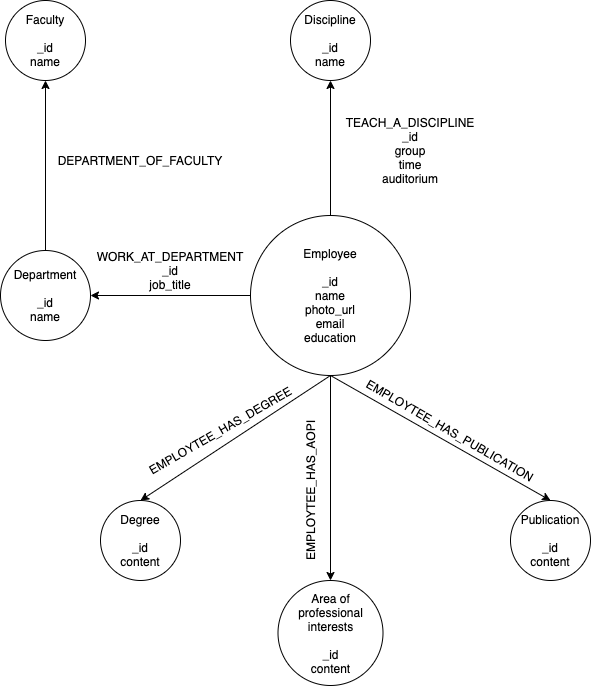
Before: doc/img/NoSQL.png, a diagram exported from draw.io (godor1333/nosql2h20-etu-neo4j). Source tidied: cells renumbered, new cells last; positions are measured from the earlier drawing's top-left corner, leaving out a move shared by most shapes.
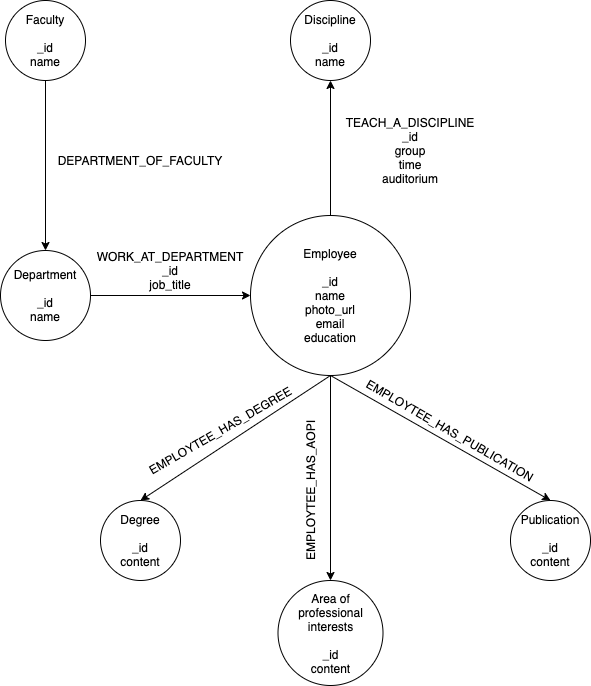
Later version of the same file.

Commit message:
Update NoSQL diagram

The edit, as a diff of the source:
```diff
@@ -2,12 +2,15 @@
   <root>
     <mxCell id="0" />
     <mxCell id="1" parent="0" />
-    <mxCell id="2" style="edgeStyle=orthogonalEdgeStyle;rounded=0;jettySize=auto;html=1;entryX=0.5;entryY=1;entryDx=0;entryDy=0;" parent="1" edge="1" source="3" target="4">
-      <mxGeometry relative="1" as="geometry" />
-    </mxCell>
+    <mxCell id="21" style="edgeStyle=orthogonalEdgeStyle;rounded=0;jettySize=auto;html=1;exitX=1;exitY=0.5;exitDx=0;exitDy=0;entryX=0;entryY=0.5;entryDx=0;entryDy=0;" parent="1" edge="1" source="3" target="11">
+      <mxGeometry relative="1" as="geometry" />
+    </mxCell>
     <mxCell id="3" value="Department&lt;br&gt;&lt;br&gt;_id&lt;br&gt;name" style="ellipse;whiteSpace=wrap;html=1;" parent="1" vertex="1">
       <mxGeometry y="250" width="90" height="90" as="geometry" />
     </mxCell>
+    <mxCell id="22" style="edgeStyle=orthogonalEdgeStyle;rounded=0;jettySize=auto;html=1;exitX=0.5;exitY=1;exitDx=0;exitDy=0;" parent="1" edge="1" source="4" target="3">
+      <mxGeometry relative="1" as="geometry" />
+    </mxCell>
     <mxCell id="4" value="Faculty&lt;br&gt;&lt;br&gt;_id&lt;br&gt;name" style="ellipse;whiteSpace=wrap;html=1;" parent="1" vertex="1">
       <mxGeometry x="5" width="80" height="80" as="geometry" />
     </mxCell>
@@ -17,9 +20,6 @@
     <mxCell id="6" style="edgeStyle=orthogonalEdgeStyle;rounded=0;jettySize=auto;html=1;entryX=0.5;entryY=1;entryDx=0;entryDy=0;" parent="1" edge="1" source="11" target="5">
       <mxGeometry relative="1" as="geometry" />
     </mxCell>
-    <mxCell id="7" style="edgeStyle=orthogonalEdgeStyle;rounded=0;jettySize=auto;html=1;entryX=1;entryY=0.5;entryDx=0;entryDy=0;" parent="1" edge="1" source="11" target="3">
-      <mxGeometry relative="1" as="geometry" />
-    </mxCell>
     <mxCell id="8" style="rounded=0;jettySize=auto;html=1;exitX=0.5;exitY=1;exitDx=0;exitDy=0;entryX=0.5;entryY=0;entryDx=0;entryDy=0;" parent="1" edge="1" source="11" target="17">
       <mxGeometry relative="1" as="geometry" />
     </mxCell>
```
